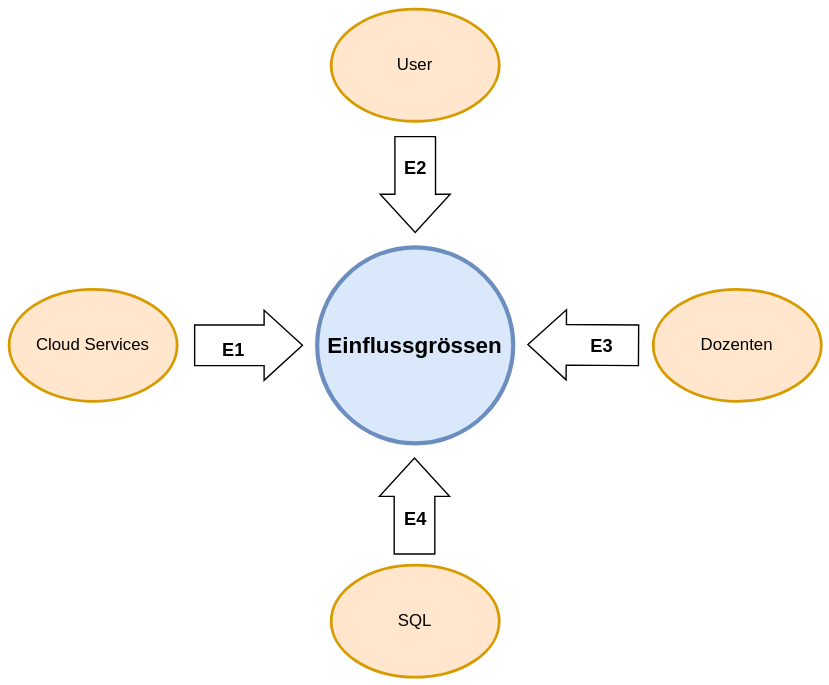
Earlier version of the draw.io export bilder/Einflussgroessen.drawio.svg (blro-ep/ITCNE23-SEM-III). Source tidied: cells renumbered, new cells last; positions are measured from the earlier drawing's top-left corner, leaving out a move shared by most shapes. Source of this version:
```xml
<mxGraphModel>
  <root>
    <mxCell id="0" />
    <mxCell id="1" parent="0" />
    <mxCell id="2" style="shape=flexArrow;endArrow=classic;html=1;rounded=0;width=29;endSize=8.8;" parent="1" edge="1">
      <mxGeometry relative="1" as="geometry">
        <mxPoint x="132" y="240" as="sourcePoint" />
        <mxPoint x="210" y="240" as="targetPoint" />
      </mxGeometry>
    </mxCell>
    <mxCell id="3" value="E1" style="edgeLabel;html=1;align=center;verticalAlign=middle;fontSize=13;fontStyle=1;" parent="2" vertex="1">
      <mxGeometry x="-0.3" y="-4" relative="1" as="geometry">
        <mxPoint y="-2" as="offset" />
      </mxGeometry>
    </mxCell>
    <mxCell id="4" value="&lt;font style=&quot;font-size: 16px;&quot;&gt;&lt;b&gt;Einflussgrössen&lt;/b&gt;&lt;/font&gt;" style="ellipse;whiteSpace=wrap;html=1;fillColor=#dae8fc;strokeColor=#6c8ebf;strokeWidth=3;" parent="1" vertex="1">
      <mxGeometry x="220" y="170" width="140" height="140" as="geometry" />
    </mxCell>
    <mxCell id="5" value="Cloud Services" style="ellipse;whiteSpace=wrap;html=1;fillColor=#ffe6cc;strokeColor=#d79b00;strokeWidth=2;" parent="1" vertex="1">
      <mxGeometry y="200" width="120" height="80" as="geometry" />
    </mxCell>
    <mxCell id="6" value="User" style="ellipse;whiteSpace=wrap;html=1;fillColor=#ffe6cc;strokeColor=#d79b00;strokeWidth=2;" parent="1" vertex="1">
      <mxGeometry x="230" width="120" height="80" as="geometry" />
    </mxCell>
    <mxCell id="7" style="shape=flexArrow;endArrow=classic;html=1;rounded=0;width=29;endSize=8.8;shadow=0;fillColor=none;" parent="1" edge="1">
      <mxGeometry relative="1" as="geometry">
        <mxPoint x="290" y="90.5" as="sourcePoint" />
        <mxPoint x="290" y="160" as="targetPoint" />
      </mxGeometry>
    </mxCell>
    <mxCell id="8" value="E2" style="edgeLabel;html=1;align=center;verticalAlign=middle;fontSize=13;fontStyle=1;" parent="7" vertex="1">
      <mxGeometry x="-0.3" y="-4" relative="1" as="geometry">
        <mxPoint x="3" y="-2" as="offset" />
      </mxGeometry>
    </mxCell>
    <mxCell id="9" style="shape=flexArrow;endArrow=classic;html=1;rounded=0;width=29;endSize=8.8;" parent="1" edge="1">
      <mxGeometry relative="1" as="geometry">
        <mxPoint x="450" y="240" as="sourcePoint" />
        <mxPoint x="370" y="239.5" as="targetPoint" />
      </mxGeometry>
    </mxCell>
    <mxCell id="10" value="E3" style="edgeLabel;html=1;align=center;verticalAlign=middle;fontSize=13;fontStyle=1;" parent="9" vertex="1">
      <mxGeometry x="-0.3" y="-4" relative="1" as="geometry">
        <mxPoint y="4" as="offset" />
      </mxGeometry>
    </mxCell>
    <mxCell id="11" value="Dozenten" style="ellipse;whiteSpace=wrap;html=1;fillColor=#ffe6cc;strokeColor=#d79b00;strokeWidth=2;" parent="1" vertex="1">
      <mxGeometry x="460" y="200" width="120" height="80" as="geometry" />
    </mxCell>
    <mxCell id="12" style="shape=flexArrow;endArrow=classic;html=1;rounded=0;width=29;endSize=8.8;shadow=0;fillColor=none;" parent="1" edge="1">
      <mxGeometry relative="1" as="geometry">
        <mxPoint x="289.5" y="389.5" as="sourcePoint" />
        <mxPoint x="289.5" y="320" as="targetPoint" />
      </mxGeometry>
    </mxCell>
    <mxCell id="13" value="E4" style="edgeLabel;html=1;align=center;verticalAlign=middle;fontSize=13;fontStyle=1;" parent="12" vertex="1">
      <mxGeometry x="-0.3" y="-4" relative="1" as="geometry">
        <mxPoint x="-4" y="-2" as="offset" />
      </mxGeometry>
    </mxCell>
    <mxCell id="14" value="SQL" style="ellipse;whiteSpace=wrap;html=1;fillColor=#ffe6cc;strokeColor=#d79b00;strokeWidth=2;" parent="1" vertex="1">
      <mxGeometry x="230" y="397" width="120" height="80" as="geometry" />
    </mxCell>
  </root>
</mxGraphModel>
```
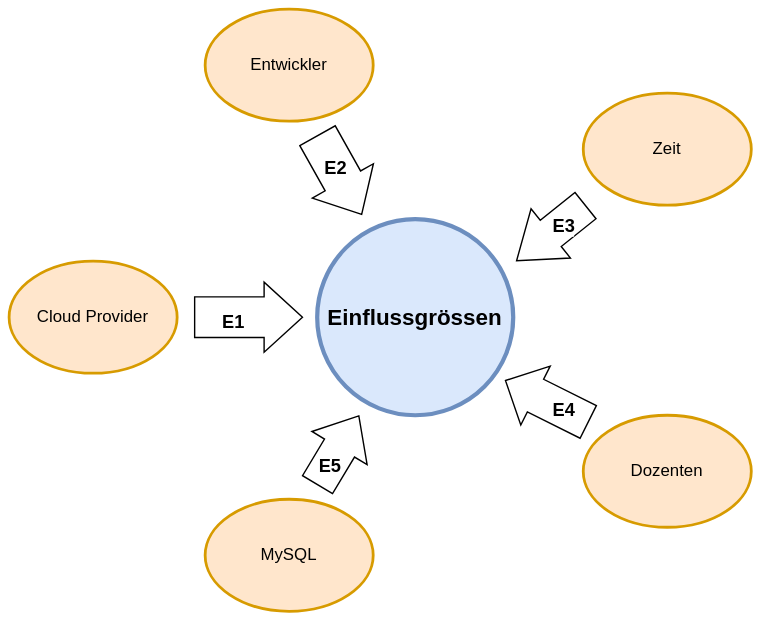
Later version of the same file.

Change to the diagram source:
```diff
@@ -16,50 +16,64 @@
     <mxCell id="4" value="&lt;font style=&quot;font-size: 16px;&quot;&gt;&lt;b&gt;Einflussgrössen&lt;/b&gt;&lt;/font&gt;" style="ellipse;whiteSpace=wrap;html=1;fillColor=#dae8fc;strokeColor=#6c8ebf;strokeWidth=3;" parent="1" vertex="1">
       <mxGeometry x="220" y="170" width="140" height="140" as="geometry" />
     </mxCell>
-    <mxCell id="5" value="Cloud Services" style="ellipse;whiteSpace=wrap;html=1;fillColor=#ffe6cc;strokeColor=#d79b00;strokeWidth=2;" parent="1" vertex="1">
+    <mxCell id="5" value="Cloud Provider" style="ellipse;whiteSpace=wrap;html=1;fillColor=#ffe6cc;strokeColor=#d79b00;strokeWidth=2;" parent="1" vertex="1">
       <mxGeometry y="200" width="120" height="80" as="geometry" />
     </mxCell>
-    <mxCell id="6" value="User" style="ellipse;whiteSpace=wrap;html=1;fillColor=#ffe6cc;strokeColor=#d79b00;strokeWidth=2;" parent="1" vertex="1">
-      <mxGeometry x="230" width="120" height="80" as="geometry" />
+    <mxCell id="6" value="Entwickler" style="ellipse;whiteSpace=wrap;html=1;fillColor=#ffe6cc;strokeColor=#d79b00;strokeWidth=2;" parent="1" vertex="1">
+      <mxGeometry x="140" y="20" width="120" height="80" as="geometry" />
     </mxCell>
     <mxCell id="7" style="shape=flexArrow;endArrow=classic;html=1;rounded=0;width=29;endSize=8.8;shadow=0;fillColor=none;" parent="1" edge="1">
       <mxGeometry relative="1" as="geometry">
-        <mxPoint x="290" y="90.5" as="sourcePoint" />
-        <mxPoint x="290" y="160" as="targetPoint" />
+        <mxPoint x="220" y="110" as="sourcePoint" />
+        <mxPoint x="252" y="167" as="targetPoint" />
       </mxGeometry>
     </mxCell>
     <mxCell id="8" value="E2" style="edgeLabel;html=1;align=center;verticalAlign=middle;fontSize=13;fontStyle=1;" parent="7" vertex="1">
       <mxGeometry x="-0.3" y="-4" relative="1" as="geometry">
-        <mxPoint x="3" y="-2" as="offset" />
+        <mxPoint x="5" as="offset" />
       </mxGeometry>
     </mxCell>
-    <mxCell id="9" style="shape=flexArrow;endArrow=classic;html=1;rounded=0;width=29;endSize=8.8;" parent="1" edge="1">
+    <mxCell id="9" style="shape=flexArrow;endArrow=classic;html=1;rounded=0;width=26;endSize=7.66;" parent="1" edge="1">
       <mxGeometry relative="1" as="geometry">
-        <mxPoint x="450" y="240" as="sourcePoint" />
-        <mxPoint x="370" y="239.5" as="targetPoint" />
+        <mxPoint x="414" y="315" as="sourcePoint" />
+        <mxPoint x="354" y="285" as="targetPoint" />
       </mxGeometry>
     </mxCell>
-    <mxCell id="10" value="E3" style="edgeLabel;html=1;align=center;verticalAlign=middle;fontSize=13;fontStyle=1;" parent="9" vertex="1">
+    <mxCell id="10" value="E4" style="edgeLabel;html=1;align=center;verticalAlign=middle;fontSize=13;fontStyle=1;" parent="9" vertex="1">
       <mxGeometry x="-0.3" y="-4" relative="1" as="geometry">
         <mxPoint y="4" as="offset" />
       </mxGeometry>
     </mxCell>
     <mxCell id="11" value="Dozenten" style="ellipse;whiteSpace=wrap;html=1;fillColor=#ffe6cc;strokeColor=#d79b00;strokeWidth=2;" parent="1" vertex="1">
-      <mxGeometry x="460" y="200" width="120" height="80" as="geometry" />
+      <mxGeometry x="410" y="310" width="120" height="80" as="geometry" />
     </mxCell>
-    <mxCell id="12" style="shape=flexArrow;endArrow=classic;html=1;rounded=0;width=29;endSize=8.8;shadow=0;fillColor=none;" parent="1" edge="1">
-      <mxGeometry relative="1" as="geometry">
-        <mxPoint x="289.5" y="389.5" as="sourcePoint" />
-        <mxPoint x="289.5" y="320" as="targetPoint" />
-      </mxGeometry>
-    </mxCell>
-    <mxCell id="13" value="E4" style="edgeLabel;html=1;align=center;verticalAlign=middle;fontSize=13;fontStyle=1;" parent="12" vertex="1">
-      <mxGeometry x="-0.3" y="-4" relative="1" as="geometry">
-        <mxPoint x="-4" y="-2" as="offset" />
-      </mxGeometry>
-    </mxCell>
-    <mxCell id="14" value="SQL" style="ellipse;whiteSpace=wrap;html=1;fillColor=#ffe6cc;strokeColor=#d79b00;strokeWidth=2;" parent="1" vertex="1">
-      <mxGeometry x="230" y="397" width="120" height="80" as="geometry" />
-    </mxCell>
+    <mxCell id="15" value="MySQL" style="ellipse;whiteSpace=wrap;html=1;fillColor=#ffe6cc;strokeColor=#d79b00;strokeWidth=2;" parent="1" vertex="1">
+      <mxGeometry x="140" y="370" width="120" height="80" as="geometry" />
+    </mxCell>
+    <mxCell id="16" style="shape=flexArrow;endArrow=classic;html=1;rounded=0;width=25;endSize=8.61;shadow=0;fillColor=none;" parent="1" edge="1">
+      <mxGeometry relative="1" as="geometry">
+        <mxPoint x="220" y="360" as="sourcePoint" />
+        <mxPoint x="250" y="310" as="targetPoint" />
+      </mxGeometry>
+    </mxCell>
+    <mxCell id="17" value="E5" style="edgeLabel;html=1;align=center;verticalAlign=middle;fontSize=13;fontStyle=1;" parent="16" vertex="1">
+      <mxGeometry x="-0.3" y="-4" relative="1" as="geometry">
+        <mxPoint x="-5" y="1" as="offset" />
+      </mxGeometry>
+    </mxCell>
+    <mxCell id="18" value="Zeit" style="ellipse;whiteSpace=wrap;html=1;fillColor=#ffe6cc;strokeColor=#d79b00;strokeWidth=2;" parent="1" vertex="1">
+      <mxGeometry x="410" y="80" width="120" height="80" as="geometry" />
+    </mxCell>
+    <mxCell id="19" style="shape=flexArrow;endArrow=classic;html=1;rounded=0;width=24;endSize=10.08;shadow=0;fillColor=none;" parent="1" edge="1">
+      <mxGeometry relative="1" as="geometry">
+        <mxPoint x="412" y="160" as="sourcePoint" />
+        <mxPoint x="362" y="200" as="targetPoint" />
+      </mxGeometry>
+    </mxCell>
+    <mxCell id="20" value="E3" style="edgeLabel;html=1;align=center;verticalAlign=middle;fontSize=13;fontStyle=1;" parent="19" vertex="1">
+      <mxGeometry x="-0.3" y="-4" relative="1" as="geometry">
+        <mxPoint x="3" y="4" as="offset" />
+      </mxGeometry>
+    </mxCell>
   </root>
 </mxGraphModel>
```
